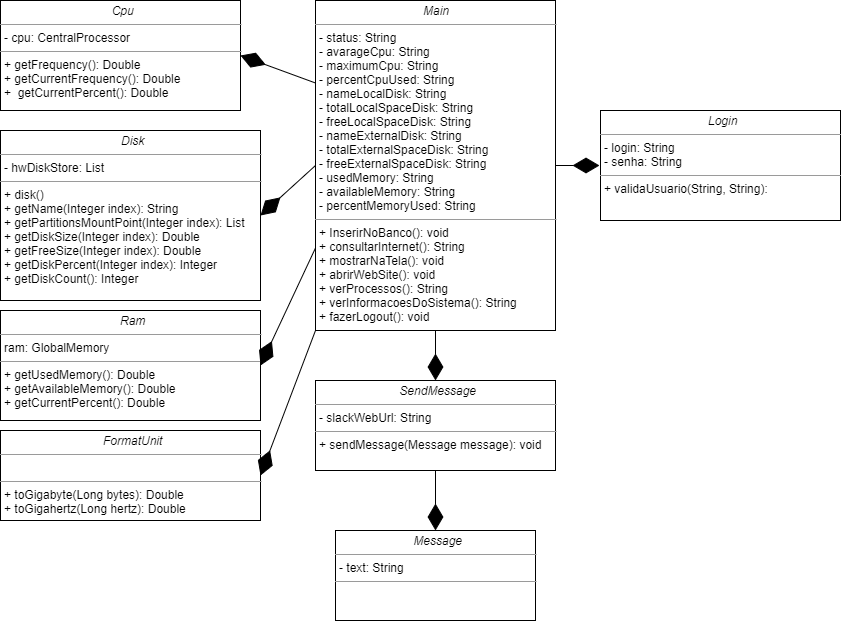
The draw.io diagram DOCUMENTOS/docs_sprint_3/Diagrama de classe img.png in BandTec/grupo-06-adsa-20201, before a commit. Source tidied: cells renumbered, new cells last; positions are measured from the earlier drawing's top-left corner, leaving out a move shared by most shapes.
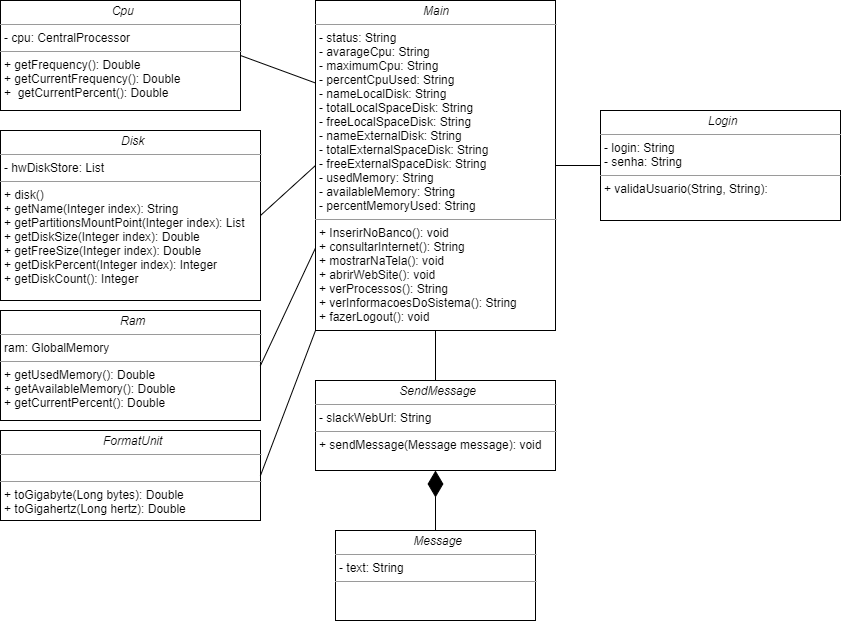
After the commit.

Commit message:
Diagrama de classes

Change to the diagram source:
```diff
@@ -26,30 +26,26 @@
     <mxCell id="9" value="&lt;p style=&quot;margin: 0px ; margin-top: 4px ; text-align: center&quot;&gt;&lt;i&gt;Main&lt;/i&gt;&lt;/p&gt;&lt;hr size=&quot;1&quot;&gt;&lt;p style=&quot;margin: 0px ; margin-left: 4px&quot;&gt;- status: String&lt;br&gt;&lt;/p&gt;&lt;p style=&quot;margin: 0px ; margin-left: 4px&quot;&gt;- avarageCpu: String&lt;/p&gt;&lt;p style=&quot;margin: 0px ; margin-left: 4px&quot;&gt;- maximumCpu: String&lt;/p&gt;&lt;p style=&quot;margin: 0px ; margin-left: 4px&quot;&gt;- percentCpuUsed: String&lt;/p&gt;&lt;p style=&quot;margin: 0px ; margin-left: 4px&quot;&gt;- nameLocalDisk: String&lt;/p&gt;&lt;p style=&quot;margin: 0px ; margin-left: 4px&quot;&gt;- totalLocalSpaceDisk: String&lt;/p&gt;&lt;p style=&quot;margin: 0px ; margin-left: 4px&quot;&gt;- freeLocalSpaceDisk: String&lt;/p&gt;&lt;p style=&quot;margin: 0px 0px 0px 4px&quot;&gt;- nameExternalDisk: String&lt;/p&gt;&lt;p style=&quot;margin: 0px 0px 0px 4px&quot;&gt;- totalExternalSpaceDisk: String&lt;/p&gt;&lt;p style=&quot;margin: 0px ; margin-left: 4px&quot;&gt;&lt;span&gt;- freeExternalSpaceDisk: String&lt;/span&gt;&lt;/p&gt;&lt;p style=&quot;margin: 0px 0px 0px 4px&quot;&gt;- usedMemory: String&lt;/p&gt;&lt;p style=&quot;margin: 0px 0px 0px 4px&quot;&gt;- availableMemory: String&lt;/p&gt;&lt;p style=&quot;margin: 0px ; margin-left: 4px&quot;&gt;&lt;span&gt;- percentMemoryUsed: String&lt;/span&gt;&amp;nbsp;&lt;/p&gt;&lt;hr size=&quot;1&quot;&gt;&lt;p style=&quot;margin: 0px ; margin-left: 4px&quot;&gt;+ InserirNoBanco(): void&lt;br&gt;&lt;/p&gt;&lt;p style=&quot;margin: 0px ; margin-left: 4px&quot;&gt;+ consultarInternet(): String&lt;/p&gt;&lt;p style=&quot;margin: 0px ; margin-left: 4px&quot;&gt;+ mostrarNaTela(): void&lt;/p&gt;&lt;p style=&quot;margin: 0px ; margin-left: 4px&quot;&gt;+ abrirWebSite(): void&lt;/p&gt;&lt;p style=&quot;margin: 0px ; margin-left: 4px&quot;&gt;+ verProcessos(): String&lt;/p&gt;&lt;p style=&quot;margin: 0px ; margin-left: 4px&quot;&gt;+ verInformacoesDoSistema(): String&lt;/p&gt;&lt;p style=&quot;margin: 0px ; margin-left: 4px&quot;&gt;+ fazerLogout(): void&lt;/p&gt;&lt;p style=&quot;margin: 0px ; margin-left: 4px&quot;&gt;&lt;br&gt;&lt;/p&gt;" style="verticalAlign=top;align=left;overflow=fill;fontSize=12;fontFamily=Helvetica;html=1;rounded=0;shadow=0;comic=0;labelBackgroundColor=none;strokeWidth=1;" parent="1" vertex="1">
       <mxGeometry x="315" width="240" height="330" as="geometry" />
     </mxCell>
-    <mxCell id="10" style="endArrow=diamondThin;endFill=1;endSize=24;html=1;exitX=0.5;exitY=1;exitDx=0;exitDy=0;" parent="1" edge="1" source="3">
-      <mxGeometry relative="1" as="geometry">
-        <mxPoint x="435" y="530" as="targetPoint" />
-      </mxGeometry>
+    <mxCell id="10" style="endArrow=diamondThin;endFill=1;endSize=24;html=1;entryX=0.5;entryY=1;entryDx=0;entryDy=0;exitX=0.5;exitY=0;exitDx=0;exitDy=0;" parent="1" edge="1" source="2" target="3">
+      <mxGeometry relative="1" as="geometry" />
     </mxCell>
-    <mxCell id="11" style="endArrow=diamondThin;endFill=1;endSize=24;html=1;entryX=1;entryY=0.5;entryDx=0;entryDy=0;exitX=0;exitY=0.25;exitDx=0;exitDy=0;" parent="1" edge="1" source="9" target="4">
-      <mxGeometry relative="1" as="geometry" />
-    </mxCell>
-    <mxCell id="12" style="endArrow=diamondThin;endFill=1;endSize=24;html=1;entryX=1;entryY=0.5;entryDx=0;entryDy=0;exitX=0;exitY=0.5;exitDx=0;exitDy=0;" parent="1" edge="1" source="9" target="5">
-      <mxGeometry relative="1" as="geometry" />
-    </mxCell>
-    <mxCell id="13" style="endArrow=diamondThin;endFill=1;endSize=24;html=1;entryX=1;entryY=0.5;entryDx=0;entryDy=0;exitX=0;exitY=0.75;exitDx=0;exitDy=0;" parent="1" edge="1" source="9" target="7">
-      <mxGeometry relative="1" as="geometry" />
-    </mxCell>
-    <mxCell id="14" style="endArrow=diamondThin;endFill=1;endSize=24;html=1;entryX=1;entryY=0.5;entryDx=0;entryDy=0;exitX=0;exitY=1;exitDx=0;exitDy=0;" parent="1" edge="1" source="9" target="6">
-      <mxGeometry relative="1" as="geometry" />
-    </mxCell>
-    <mxCell id="15" style="endArrow=diamondThin;endFill=1;endSize=24;html=1;entryX=0.5;entryY=0;entryDx=0;entryDy=0;exitX=0.5;exitY=1;exitDx=0;exitDy=0;" parent="1" edge="1" source="9" target="3">
-      <mxGeometry relative="1" as="geometry" />
-    </mxCell>
-    <mxCell id="16" style="endArrow=diamondThin;endFill=1;endSize=24;html=1;exitX=1;exitY=0.5;exitDx=0;exitDy=0;" parent="1" edge="1" source="9">
-      <mxGeometry relative="1" as="geometry">
-        <mxPoint x="599" y="165" as="targetPoint" />
-      </mxGeometry>
-    </mxCell>
+    <mxCell id="17" style="endArrow=none;html=1;exitX=1;exitY=0.5;exitDx=0;exitDy=0;entryX=0;entryY=0.25;entryDx=0;entryDy=0;" parent="1" edge="1" source="4" target="9">
+      <mxGeometry relative="1" as="geometry" />
+    </mxCell>
+    <mxCell id="18" style="endArrow=none;html=1;exitX=1;exitY=0.5;exitDx=0;exitDy=0;entryX=0;entryY=0.5;entryDx=0;entryDy=0;" parent="1" edge="1" source="5" target="9">
+      <mxGeometry relative="1" as="geometry" />
+    </mxCell>
+    <mxCell id="19" style="endArrow=none;html=1;exitX=1;exitY=0.5;exitDx=0;exitDy=0;entryX=0;entryY=0.75;entryDx=0;entryDy=0;" parent="1" edge="1" source="7" target="9">
+      <mxGeometry relative="1" as="geometry" />
+    </mxCell>
+    <mxCell id="20" style="endArrow=none;html=1;exitX=1;exitY=0.5;exitDx=0;exitDy=0;entryX=0;entryY=1;entryDx=0;entryDy=0;" parent="1" edge="1" source="6" target="9">
+      <mxGeometry relative="1" as="geometry" />
+    </mxCell>
+    <mxCell id="21" style="endArrow=none;html=1;exitX=1;exitY=0.5;exitDx=0;exitDy=0;entryX=0;entryY=0.5;entryDx=0;entryDy=0;" parent="1" edge="1" source="9" target="8">
+      <mxGeometry relative="1" as="geometry" />
+    </mxCell>
+    <mxCell id="22" style="endArrow=none;html=1;exitX=0.5;exitY=0;exitDx=0;exitDy=0;entryX=0.5;entryY=1;entryDx=0;entryDy=0;" parent="1" edge="1" source="3" target="9">
+      <mxGeometry relative="1" as="geometry" />
+    </mxCell>
   </root>
 </mxGraphModel>
```
